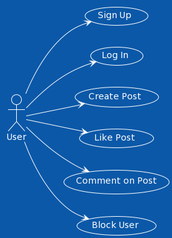
Before: pics/UseCase.png, a diagram exported from PlantUML (EduardoSalin/motaverse).
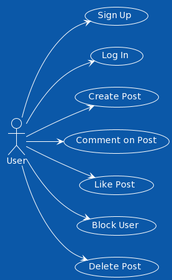
The same diagram one commit later.

What changed in the source:
```diff
@@ -7,10 +7,10 @@
 usecase "Sign Up" as UC1
 usecase "Log In" as UC2
 usecase "Create Post" as UC3
-usecase "Like Post" as UC4
-usecase "Comment on Post" as UC5
+usecase "Comment on Post" as UC4
+usecase "Like Post" as UC5
 usecase "Block User" as UC6
-
+usecase "Delete Post" as UC7
 
 User --> UC1
 User --> UC2
@@ -18,4 +18,5 @@
 User --> UC4
 User --> UC5
 User --> UC6
+User --> UC7
 @enduml
```
